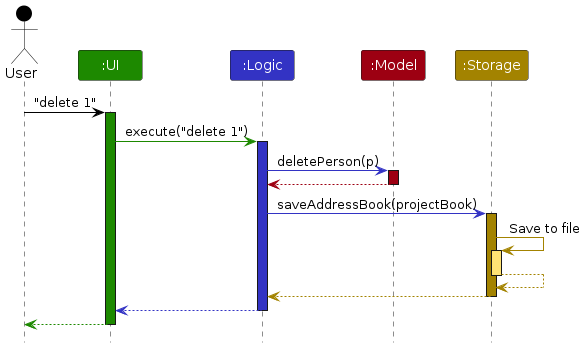
Before: diagrams/ArchitectureSequenceDiagram.png, a diagram exported from PlantUML (AY2526S1-CS2103T-W14-4/tp). Its source is kept beside it as diagrams/ArchitectureSequenceDiagram.puml.
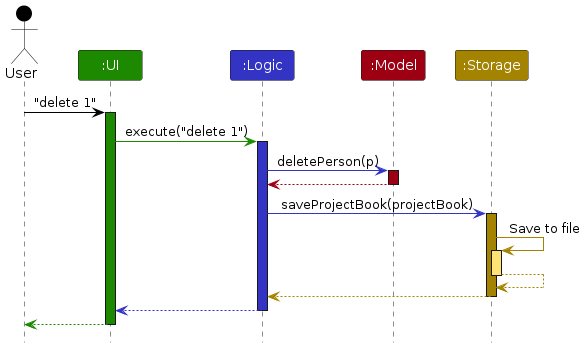
The same diagram one commit later.

Diff of the diagram source:
```diff
@@ -20,7 +20,7 @@
 model -[MODEL_COLOR]-> logic
 deactivate model
 
-logic -[LOGIC_COLOR]> storage : saveAddressBook(projectBook)
+logic -[LOGIC_COLOR]> storage : saveProjectBook(projectBook)
 activate storage STORAGE_COLOR
 
 storage -[STORAGE_COLOR]> storage : Save to file
```
